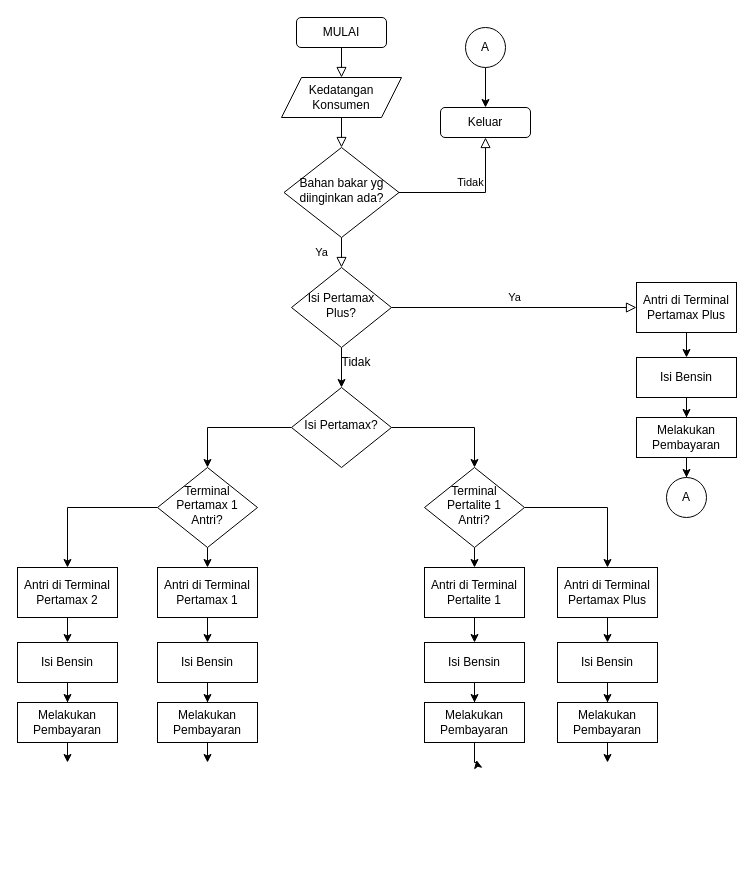
Above: Untitled Diagram.drawio in dokokoko/belajargit (draw.io), before the change. Source tidied: cells renumbered, new cells numbered last; positions are measured from the earlier drawing's top-left corner, leaving out a move shared by most shapes. Both pictures are drawn from the tidied source at 100%, with x=0, y=0 at pixel (17, 17).
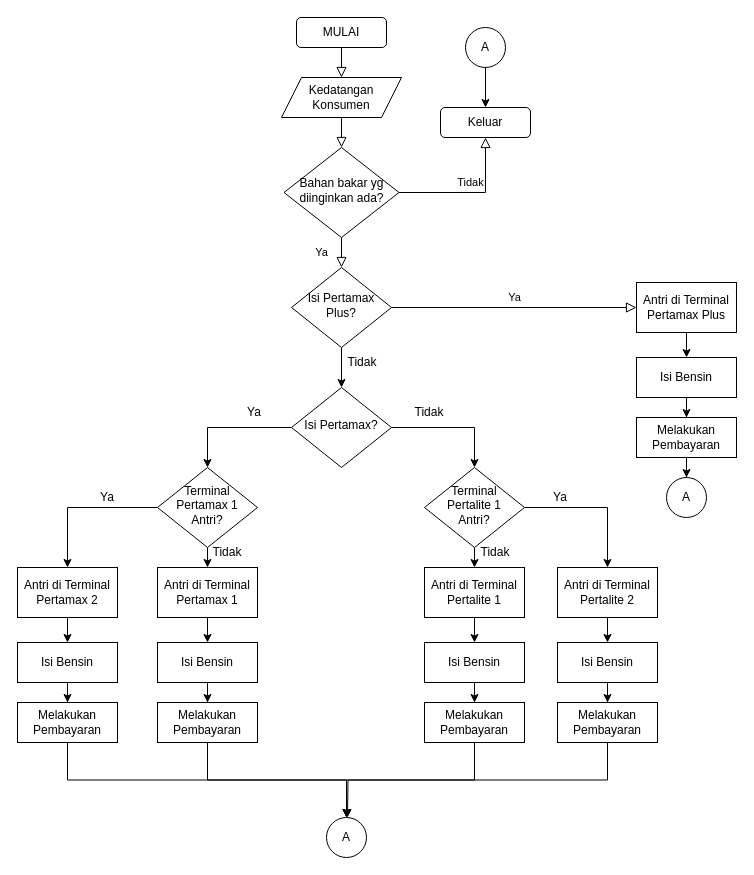
The same page after the edit.

The change refers to these unchanged cells:
```xml
<mxCell id="38" value="Melakukan Pembayaran" style="whiteSpace=wrap;html=1;rounded=0;" parent="1" vertex="1">
  <mxGeometry x="140" y="685" width="100" height="40" as="geometry" />
</mxCell>
<mxCell id="44" value="Melakukan Pembayaran" style="whiteSpace=wrap;html=1;rounded=0;" parent="1" vertex="1">
  <mxGeometry x="407" y="685" width="100" height="40" as="geometry" />
</mxCell>
<mxCell id="50" value="Melakukan Pembayaran" style="whiteSpace=wrap;html=1;rounded=0;" parent="1" vertex="1">
  <mxGeometry y="685" width="100" height="40" as="geometry" />
</mxCell>
<mxCell id="56" value="Melakukan Pembayaran" style="whiteSpace=wrap;html=1;rounded=0;" parent="1" vertex="1">
  <mxGeometry x="540" y="685" width="100" height="40" as="geometry" />
</mxCell>
```

Diff of the diagram source:
```diff
@@
     <mxCell id="25" value="Tidak" style="text;html=1;strokeColor=none;fillColor=none;align=center;verticalAlign=middle;whiteSpace=wrap;rounded=0;" parent="1" vertex="1">
-      <mxGeometry x="309" y="330" width="60" height="30" as="geometry" />
+      <mxGeometry x="315" y="330" width="60" height="30" as="geometry" />
     </mxCell>
@@
-    <mxCell id="37" style="edgeStyle=orthogonalEdgeStyle;rounded=0;jettySize=auto;html=1;" parent="1" edge="1" source="38">
-      <mxGeometry relative="1" as="geometry">
-        <mxPoint x="190" y="745" as="targetPoint" />
-      </mxGeometry>
-    </mxCell>
+    <mxCell id="57" style="edgeStyle=orthogonalEdgeStyle;rounded=0;jettySize=auto;html=1;entryX=0.5;entryY=0;entryDx=0;entryDy=0;exitX=0.5;exitY=1;exitDx=0;exitDy=0;" parent="1" edge="1" source="38" target="61">
+      <mxGeometry relative="1" as="geometry" />
+    </mxCell>
@@
-    <mxCell id="43" style="edgeStyle=orthogonalEdgeStyle;rounded=0;jettySize=auto;html=1;" parent="1" edge="1" source="44">
-      <mxGeometry relative="1" as="geometry">
-        <mxPoint x="459" y="742.5" as="targetPoint" />
-      </mxGeometry>
-    </mxCell>
+    <mxCell id="58" style="edgeStyle=orthogonalEdgeStyle;rounded=0;jettySize=auto;html=1;entryX=0.5;entryY=0;entryDx=0;entryDy=0;exitX=0.5;exitY=1;exitDx=0;exitDy=0;" parent="1" edge="1" source="44" target="61">
+      <mxGeometry relative="1" as="geometry" />
+    </mxCell>
@@
-    <mxCell id="49" style="edgeStyle=orthogonalEdgeStyle;rounded=0;jettySize=auto;html=1;" parent="1" edge="1" source="50">
-      <mxGeometry relative="1" as="geometry">
-        <mxPoint x="50" y="745" as="targetPoint" />
-      </mxGeometry>
-    </mxCell>
+    <mxCell id="59" style="edgeStyle=orthogonalEdgeStyle;rounded=0;jettySize=auto;html=1;entryX=0.5;entryY=0;entryDx=0;entryDy=0;exitX=0.5;exitY=1;exitDx=0;exitDy=0;" parent="1" edge="1" source="50" target="61">
+      <mxGeometry relative="1" as="geometry" />
+    </mxCell>
@@
-    <mxCell id="52" value="Antri di Terminal Pertamax Plus" style="rounded=0;whiteSpace=wrap;html=1;" parent="1" vertex="1">
+    <mxCell id="52" value="Antri di Terminal Pertalite 2" style="rounded=0;whiteSpace=wrap;html=1;" parent="1" vertex="1">
       <mxGeometry x="540" y="550" width="100" height="50" as="geometry" />
     </mxCell>
@@
-    <mxCell id="55" style="edgeStyle=orthogonalEdgeStyle;rounded=0;jettySize=auto;html=1;" parent="1" edge="1" source="56">
-      <mxGeometry relative="1" as="geometry">
-        <mxPoint x="590" y="745" as="targetPoint" />
-      </mxGeometry>
-    </mxCell>
+    <mxCell id="60" style="edgeStyle=orthogonalEdgeStyle;rounded=0;jettySize=auto;html=1;exitX=0.5;exitY=1;exitDx=0;exitDy=0;" parent="1" edge="1" source="56">
+      <mxGeometry relative="1" as="geometry">
+        <mxPoint x="330" y="800" as="targetPoint" />
+      </mxGeometry>
+    </mxCell>
@@
+    <mxCell id="61" value="A" style="ellipse;whiteSpace=wrap;html=1;" parent="1" vertex="1">
+      <mxGeometry x="309" y="800" width="40" height="40" as="geometry" />
+    </mxCell>
+    <mxCell id="62" value="Tidak" style="text;html=1;strokeColor=none;fillColor=none;align=center;verticalAlign=middle;whiteSpace=wrap;rounded=0;" parent="1" vertex="1">
+      <mxGeometry x="381.5" y="380" width="60" height="30" as="geometry" />
+    </mxCell>
+    <mxCell id="63" value="Tidak" style="text;html=1;strokeColor=none;fillColor=none;align=center;verticalAlign=middle;whiteSpace=wrap;rounded=0;" parent="1" vertex="1">
+      <mxGeometry x="448" y="520" width="60" height="30" as="geometry" />
+    </mxCell>
+    <mxCell id="64" value="Tidak" style="text;html=1;strokeColor=none;fillColor=none;align=center;verticalAlign=middle;whiteSpace=wrap;rounded=0;" parent="1" vertex="1">
+      <mxGeometry x="180" y="520" width="60" height="30" as="geometry" />
+    </mxCell>
+    <mxCell id="65" value="Ya" style="text;html=1;strokeColor=none;fillColor=none;align=center;verticalAlign=middle;whiteSpace=wrap;rounded=0;" parent="1" vertex="1">
+      <mxGeometry x="206.5" y="380" width="60" height="30" as="geometry" />
+    </mxCell>
+    <mxCell id="66" value="Ya" style="text;html=1;strokeColor=none;fillColor=none;align=center;verticalAlign=middle;whiteSpace=wrap;rounded=0;" parent="1" vertex="1">
+      <mxGeometry x="60" y="465" width="60" height="30" as="geometry" />
+    </mxCell>
+    <mxCell id="67" value="Ya" style="text;html=1;strokeColor=none;fillColor=none;align=center;verticalAlign=middle;whiteSpace=wrap;rounded=0;" parent="1" vertex="1">
+      <mxGeometry x="513" y="465" width="60" height="30" as="geometry" />
+    </mxCell>
```
